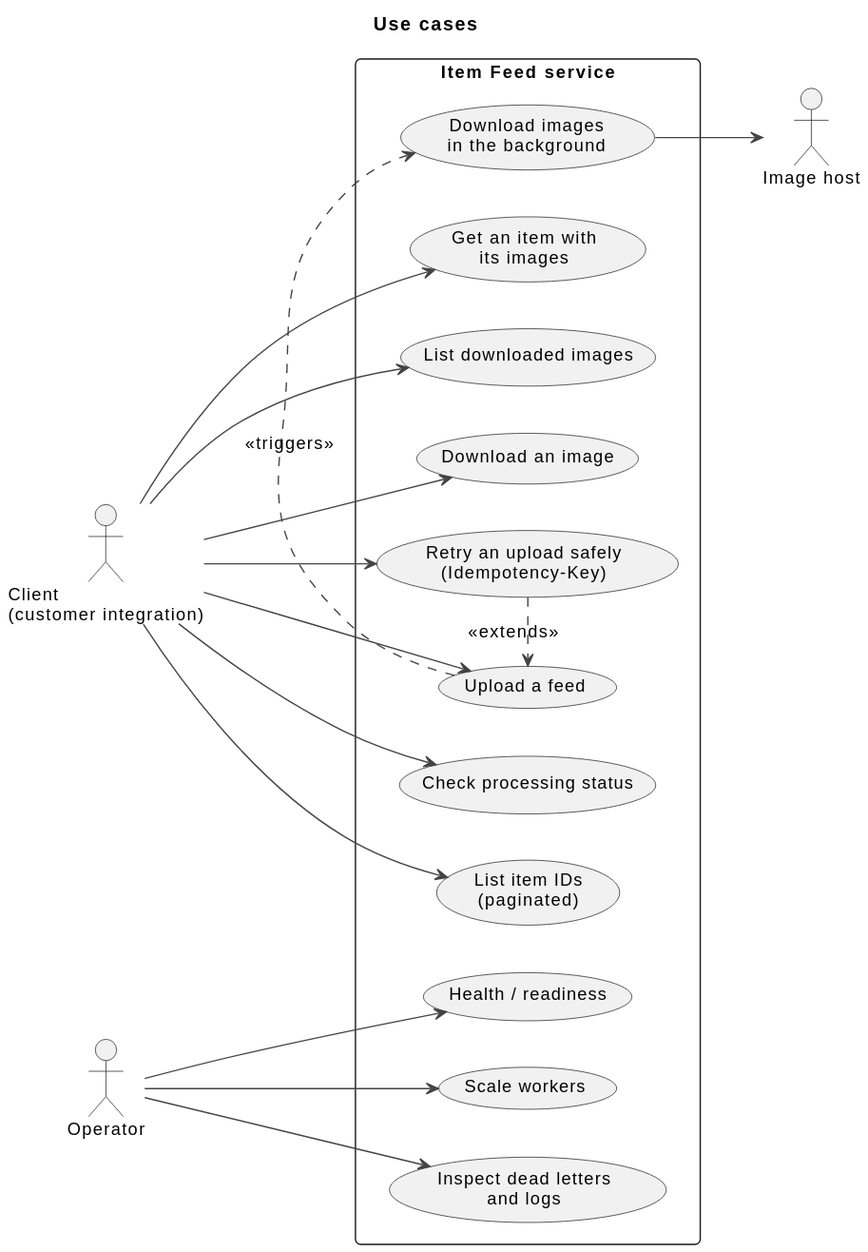
Earlier version of the PlantUML export docs/diagrams/use-cases.svg (Majny/item-feed-service).
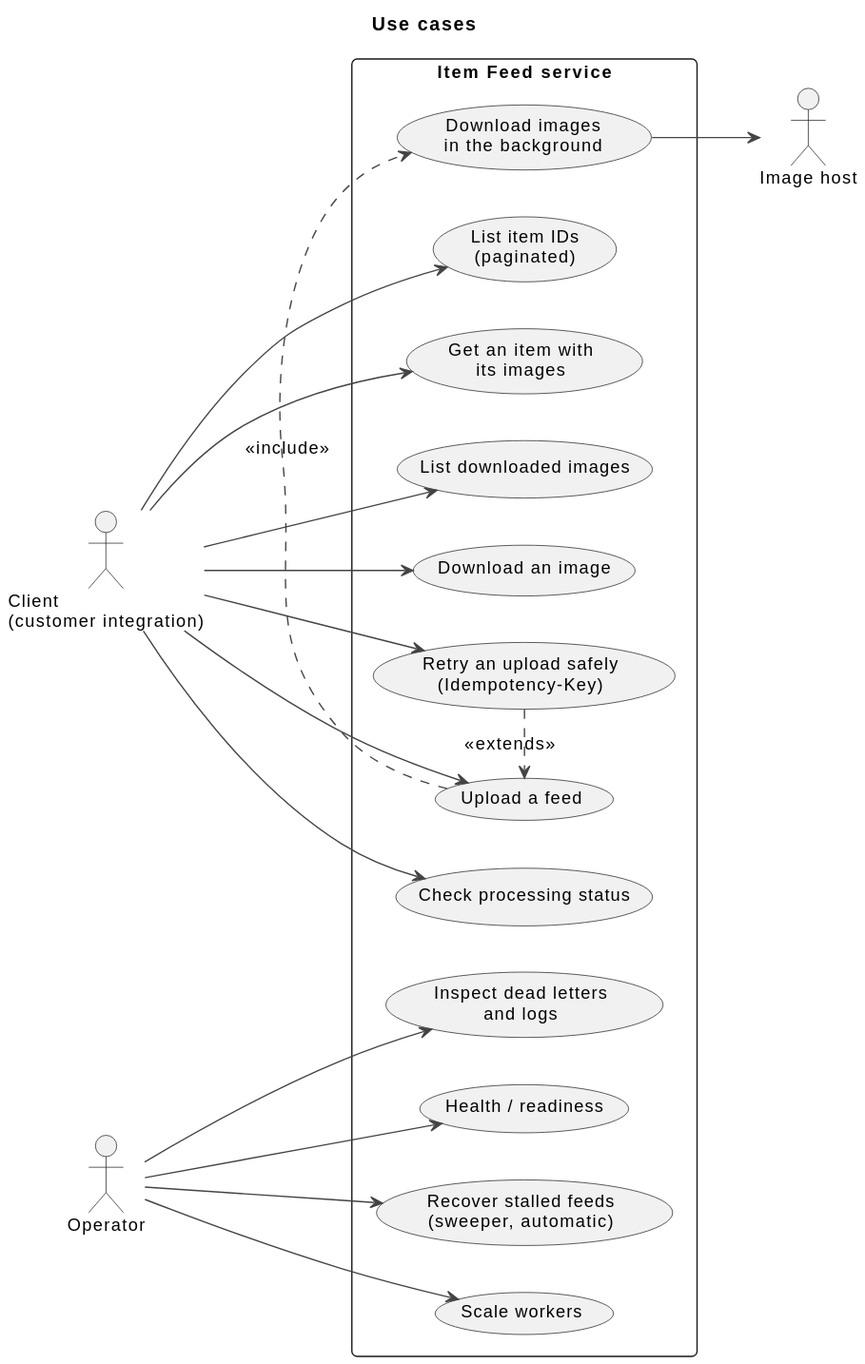
Above is the later version.

Diff of the diagram source:
```diff
@@ -19,6 +19,7 @@
   usecase "Scale workers" as UC9
   usecase "Inspect dead letters\nand logs" as UC10
   usecase "Health / readiness" as UC11
+  usecase "Recover stalled feeds\n(sweeper, automatic)" as UC12
 }
 
 client --> UC1
@@ -29,9 +30,10 @@
 client --> UC6
 client --> UC7
 UC2 .> UC1 : <<extends>>
-UC1 .> UC8 : <<triggers>>
+UC1 .> UC8 : <<include>>
 UC8 --> host
 ops --> UC9
 ops --> UC10
 ops --> UC11
+ops --> UC12
 @enduml
```
